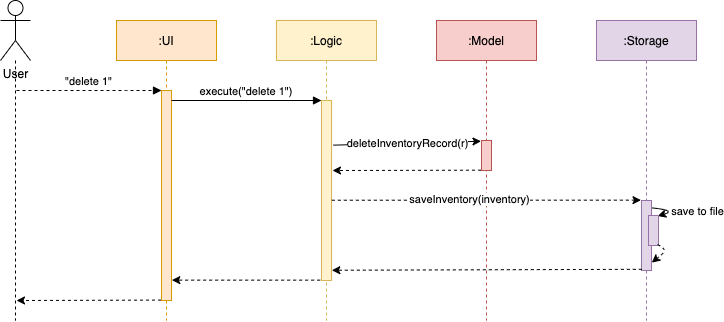
Before: docs/images/ArchitectureSequenceDiagram.png, a diagram exported from draw.io (nus-cs2103-AY2021S1/tp). Source tidied: cells renumbered, new cells last; positions are measured from the earlier drawing's top-left corner, leaving out a move shared by most shapes.
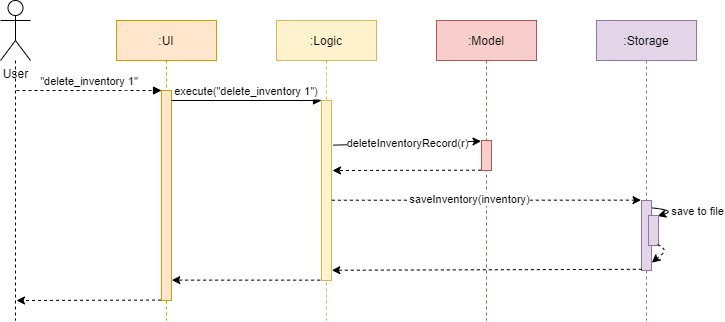
The same diagram one commit later.

What changed in the source:
```diff
@@ -14,7 +14,7 @@
     <mxCell id="5" style="points=[];perimeter=orthogonalPerimeter;rounded=0;shadow=0;strokeWidth=1;fillColor=#fff2cc;strokeColor=#d6b656;" parent="4" vertex="1">
       <mxGeometry x="45" y="80" width="10" height="180" as="geometry" />
     </mxCell>
-    <mxCell id="6" value="execute(&quot;delete 1&quot;)" style="verticalAlign=bottom;endArrow=block;entryX=0;entryY=0;shadow=0;strokeWidth=1;" parent="1" edge="1" source="3" target="5">
+    <mxCell id="6" value="execute(&quot;delete_inventory 1&quot;)" style="verticalAlign=bottom;endArrow=block;entryX=0;entryY=0;shadow=0;strokeWidth=1;" parent="1" edge="1" source="3" target="5">
       <mxGeometry relative="1" as="geometry" />
     </mxCell>
     <mxCell id="7" value=":Model" style="shape=umlLifeline;perimeter=lifelinePerimeter;rounded=0;shadow=0;strokeWidth=1;fillColor=#f8cecc;strokeColor=#b85450;" parent="1" vertex="1">
@@ -51,7 +51,7 @@
         </Array>
       </mxGeometry>
     </mxCell>
-    <mxCell id="15" value="&quot;delete 1&quot;" style="verticalAlign=bottom;startArrow=none;endArrow=block;startSize=8;shadow=0;strokeWidth=1;startFill=0;dashed=1;" parent="1" edge="1" target="3">
+    <mxCell id="15" value="&quot;delete_inventory 1&quot;" style="verticalAlign=bottom;startArrow=none;endArrow=block;startSize=8;shadow=0;strokeWidth=1;startFill=0;dashed=1;" parent="1" edge="1" target="3">
       <mxGeometry relative="1" as="geometry">
         <mxPoint x="16" y="90" as="sourcePoint" />
         <Array as="points">
```
